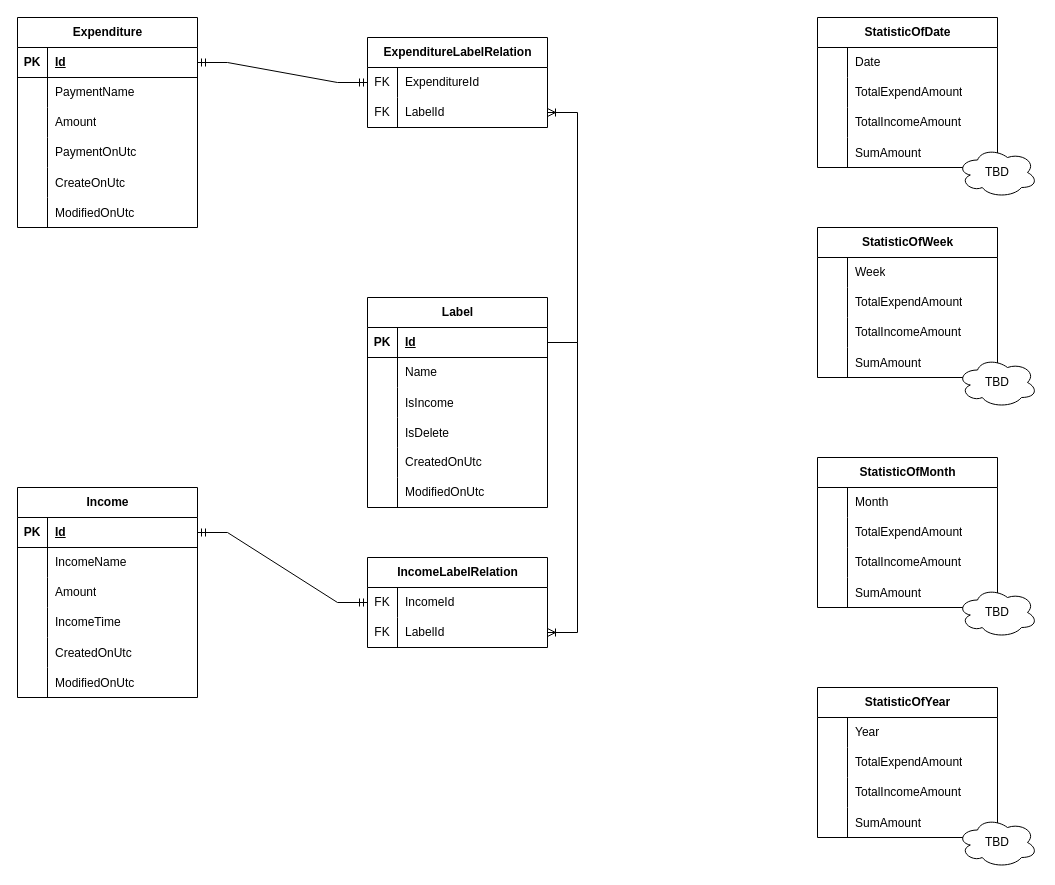
Earlier version of the draw.io diagram page "EF Model" (4 of 5) of MyBookKeeper.drawio (TanaChu0409/book-keeper). Source tidied: cells renumbered, new cells numbered last; positions are measured from the earlier drawing's top-left corner, leaving out a move shared by most shapes. Both pictures are drawn from the tidied source at 100%, with x=0, y=0 at pixel (17, 17).
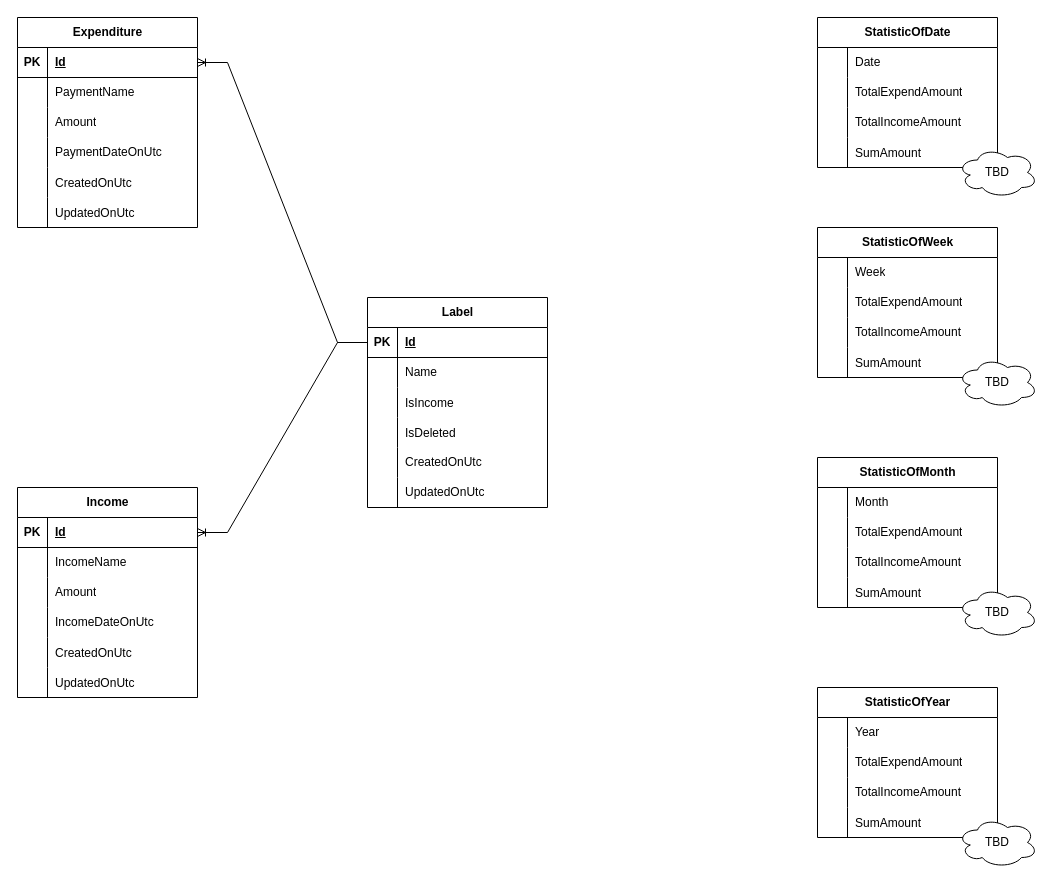
The same diagram, later.

The change refers to these unchanged cells:
```xml
<mxCell id="10" style="shape=tableRow;horizontal=0;startSize=0;swimlaneHead=0;swimlaneBody=0;fillColor=none;points=[[0,0.5],[1,0.5]];portConstraint=eastwest;top=0;left=0;right=0;bottom=1;" parent="9" vertex="1">
  <mxGeometry y="30" width="180" height="30" as="geometry" />
</mxCell>
<mxCell id="19" style="shape=tableRow;horizontal=0;startSize=0;swimlaneHead=0;swimlaneBody=0;fillColor=none;top=0;left=0;right=0;bottom=0;" parent="9" vertex="1">
  <mxGeometry y="120" width="180" height="30" as="geometry" />
</mxCell>
<mxCell id="22" style="shape=tableRow;horizontal=0;startSize=0;swimlaneHead=0;swimlaneBody=0;fillColor=none;top=0;left=0;right=0;bottom=0;" parent="9" vertex="1">
  <mxGeometry y="150" width="180" height="30" as="geometry" />
</mxCell>
<mxCell id="25" style="shape=tableRow;horizontal=0;startSize=0;swimlaneHead=0;swimlaneBody=0;fillColor=none;top=0;left=0;right=0;bottom=0;" parent="9" vertex="1">
  <mxGeometry y="180" width="180" height="30" as="geometry" />
</mxCell>
<mxCell id="29" style="shape=tableRow;horizontal=0;startSize=0;swimlaneHead=0;swimlaneBody=0;fillColor=none;points=[[0,0.5],[1,0.5]];portConstraint=eastwest;top=0;left=0;right=0;bottom=1;" parent="28" vertex="1">
  <mxGeometry y="30" width="180" height="30" as="geometry" />
</mxCell>
<mxCell id="38" style="shape=tableRow;horizontal=0;startSize=0;swimlaneHead=0;swimlaneBody=0;fillColor=none;top=0;left=0;right=0;bottom=0;" parent="28" vertex="1">
  <mxGeometry y="120" width="180" height="30" as="geometry" />
</mxCell>
<mxCell id="44" style="shape=tableRow;horizontal=0;startSize=0;swimlaneHead=0;swimlaneBody=0;fillColor=none;top=0;left=0;right=0;bottom=0;" parent="28" vertex="1">
  <mxGeometry y="180" width="180" height="30" as="geometry" />
</mxCell>
<mxCell id="48" style="shape=tableRow;horizontal=0;startSize=0;swimlaneHead=0;swimlaneBody=0;fillColor=none;points=[[0,0.5],[1,0.5]];portConstraint=eastwest;top=0;left=0;right=0;bottom=1;" parent="47" vertex="1">
  <mxGeometry y="30" width="180" height="30" as="geometry" />
</mxCell>
<mxCell id="57" style="shape=tableRow;horizontal=0;startSize=0;swimlaneHead=0;swimlaneBody=0;fillColor=none;top=0;left=0;right=0;bottom=0;" parent="47" vertex="1">
  <mxGeometry y="120" width="180" height="30" as="geometry" />
</mxCell>
<mxCell id="63" style="shape=tableRow;horizontal=0;startSize=0;swimlaneHead=0;swimlaneBody=0;fillColor=none;top=0;left=0;right=0;bottom=0;" parent="47" vertex="1">
  <mxGeometry y="180" width="180" height="30" as="geometry" />
</mxCell>
```

Change to the diagram source:
```diff
@@
-    <mxCell id="2" value="ExpenditureLabelRelation" style="shape=table;startSize=30;childLayout=tableLayout;rowLines=0;fontStyle=1;align=center;html=1;" parent="1" vertex="1">
-      <mxGeometry x="350" y="20" width="180" height="90" as="geometry" />
-    </mxCell>
-    <mxCell id="3" style="shape=tableRow;horizontal=0;startSize=0;swimlaneHead=0;swimlaneBody=0;fillColor=none;points=[[0,0.5],[1,0.5]];portConstraint=eastwest;top=0;left=0;right=0;bottom=0;" parent="2" vertex="1">
-      <mxGeometry y="30" width="180" height="30" as="geometry" />
-    </mxCell>
-    <mxCell id="4" value="FK" style="shape=partialRectangle;fillColor=none;top=0;left=0;bottom=0;right=0;fontStyle=0;overflow=hidden;whiteSpace=wrap;html=1;" parent="3" vertex="1">
-      <mxGeometry width="30" height="30" as="geometry" />
-    </mxCell>
-    <mxCell id="5" value="ExpenditureId" style="shape=partialRectangle;fillColor=none;top=0;left=0;bottom=0;right=0;align=left;spacingLeft=6;fontStyle=0;overflow=hidden;whiteSpace=wrap;html=1;" parent="3" vertex="1">
-      <mxGeometry x="30" width="150" height="30" as="geometry" />
-    </mxCell>
-    <mxCell id="6" style="shape=tableRow;horizontal=0;startSize=0;swimlaneHead=0;swimlaneBody=0;fillColor=none;points=[[0,0.5],[1,0.5]];portConstraint=eastwest;top=0;left=0;right=0;bottom=0;" parent="2" vertex="1">
-      <mxGeometry y="60" width="180" height="30" as="geometry" />
-    </mxCell>
-    <mxCell id="7" value="FK" style="shape=partialRectangle;fillColor=none;top=0;left=0;bottom=0;right=0;fontStyle=0;overflow=hidden;whiteSpace=wrap;html=1;" parent="6" vertex="1">
-      <mxGeometry width="30" height="30" as="geometry" />
-    </mxCell>
-    <mxCell id="8" value="LabelId" style="shape=partialRectangle;fillColor=none;top=0;left=0;bottom=0;right=0;align=left;spacingLeft=6;fontStyle=0;overflow=hidden;whiteSpace=wrap;html=1;" parent="6" vertex="1">
-      <mxGeometry x="30" width="150" height="30" as="geometry" />
-    </mxCell>
@@
-    <mxCell id="21" value="PaymentOnUtc" style="shape=partialRectangle;fillColor=none;top=0;left=0;bottom=0;right=0;align=left;spacingLeft=6;overflow=hidden;whiteSpace=wrap;html=1;" parent="19" vertex="1">
+    <mxCell id="21" value="PaymentDateOnUtc" style="shape=partialRectangle;fillColor=none;top=0;left=0;bottom=0;right=0;align=left;spacingLeft=6;overflow=hidden;whiteSpace=wrap;html=1;" parent="19" vertex="1">
       <mxGeometry x="30" width="150" height="30" as="geometry" />
     </mxCell>
@@
-    <mxCell id="24" value="CreateOnUtc" style="shape=partialRectangle;fillColor=none;top=0;left=0;bottom=0;right=0;align=left;spacingLeft=6;overflow=hidden;" parent="22" vertex="1">
+    <mxCell id="24" value="CreatedOnUtc" style="shape=partialRectangle;fillColor=none;top=0;left=0;bottom=0;right=0;align=left;spacingLeft=6;overflow=hidden;" parent="22" vertex="1">
       <mxGeometry x="30" width="150" height="30" as="geometry" />
     </mxCell>
@@
-    <mxCell id="27" value="ModifiedOnUtc" style="shape=partialRectangle;fillColor=none;top=0;left=0;bottom=0;right=0;align=left;spacingLeft=6;overflow=hidden;" parent="25" vertex="1">
+    <mxCell id="27" value="UpdatedOnUtc" style="shape=partialRectangle;fillColor=none;top=0;left=0;bottom=0;right=0;align=left;spacingLeft=6;overflow=hidden;" parent="25" vertex="1">
       <mxGeometry x="30" width="150" height="30" as="geometry" />
     </mxCell>
@@
-    <mxCell id="40" value="IsDelete" style="shape=partialRectangle;fillColor=none;top=0;left=0;bottom=0;right=0;align=left;spacingLeft=6;overflow=hidden;" parent="38" vertex="1">
+    <mxCell id="40" value="IsDeleted" style="shape=partialRectangle;fillColor=none;top=0;left=0;bottom=0;right=0;align=left;spacingLeft=6;overflow=hidden;" parent="38" vertex="1">
       <mxGeometry x="30" width="150" height="30" as="geometry" />
     </mxCell>
@@
-    <mxCell id="46" value="ModifiedOnUtc" style="shape=partialRectangle;fillColor=none;top=0;left=0;bottom=0;right=0;align=left;spacingLeft=6;overflow=hidden;whiteSpace=wrap;html=1;" parent="44" vertex="1">
+    <mxCell id="46" value="UpdatedOnUtc" style="shape=partialRectangle;fillColor=none;top=0;left=0;bottom=0;right=0;align=left;spacingLeft=6;overflow=hidden;whiteSpace=wrap;html=1;" parent="44" vertex="1">
       <mxGeometry x="30" width="150" height="30" as="geometry" />
     </mxCell>
@@
-    <mxCell id="59" value="IncomeTime" style="shape=partialRectangle;fillColor=none;top=0;left=0;bottom=0;right=0;align=left;spacingLeft=6;overflow=hidden;whiteSpace=wrap;html=1;" parent="57" vertex="1">
+    <mxCell id="59" value="IncomeDateOnUtc" style="shape=partialRectangle;fillColor=none;top=0;left=0;bottom=0;right=0;align=left;spacingLeft=6;overflow=hidden;whiteSpace=wrap;html=1;" parent="57" vertex="1">
       <mxGeometry x="30" width="150" height="30" as="geometry" />
     </mxCell>
@@
-    <mxCell id="65" value="ModifiedOnUtc" style="shape=partialRectangle;fillColor=none;top=0;left=0;bottom=0;right=0;align=left;spacingLeft=6;overflow=hidden;" parent="63" vertex="1">
+    <mxCell id="65" value="UpdatedOnUtc" style="shape=partialRectangle;fillColor=none;top=0;left=0;bottom=0;right=0;align=left;spacingLeft=6;overflow=hidden;" parent="63" vertex="1">
       <mxGeometry x="30" width="150" height="30" as="geometry" />
     </mxCell>
-    <mxCell id="66" style="edgeStyle=entityRelationEdgeStyle;fontSize=12;html=1;endArrow=ERmandOne;startArrow=ERmandOne;rounded=0;exitX=1;exitY=0.5;exitDx=0;exitDy=0;entryX=0;entryY=0.5;entryDx=0;entryDy=0;" parent="1" edge="1" source="10" target="3">
-      <mxGeometry relative="1" as="geometry" />
-    </mxCell>
-    <mxCell id="67" style="edgeStyle=entityRelationEdgeStyle;fontSize=12;html=1;endArrow=ERoneToMany;rounded=0;exitX=1;exitY=0.5;exitDx=0;exitDy=0;entryX=1;entryY=0.5;entryDx=0;entryDy=0;" parent="1" edge="1" source="29" target="6">
-      <mxGeometry relative="1" as="geometry" />
+    <mxCell id="67" style="edgeStyle=entityRelationEdgeStyle;fontSize=12;html=1;endArrow=ERoneToMany;rounded=0;exitX=0;exitY=0.5;exitDx=0;exitDy=0;" parent="1" edge="1" source="29" target="10">
+      <mxGeometry relative="1" as="geometry">
+        <Array as="points">
+          <mxPoint x="520" y="120" />
+        </Array>
+      </mxGeometry>
     </mxCell>
-    <mxCell id="68" value="IncomeLabelRelation" style="shape=table;startSize=30;childLayout=tableLayout;rowLines=0;fontStyle=1;align=center;html=1;" parent="1" vertex="1">
-      <mxGeometry x="350" y="540" width="180" height="90" as="geometry" />
-    </mxCell>
-    <mxCell id="69" style="shape=tableRow;horizontal=0;startSize=0;swimlaneHead=0;swimlaneBody=0;fillColor=none;points=[[0,0.5],[1,0.5]];portConstraint=eastwest;top=0;left=0;right=0;bottom=0;" parent="68" vertex="1">
-      <mxGeometry y="30" width="180" height="30" as="geometry" />
-    </mxCell>
-    <mxCell id="70" value="FK" style="shape=partialRectangle;fillColor=none;top=0;left=0;bottom=0;right=0;fontStyle=0;overflow=hidden;whiteSpace=wrap;html=1;" parent="69" vertex="1">
-      <mxGeometry width="30" height="30" as="geometry" />
-    </mxCell>
-    <mxCell id="71" value="IncomeId" style="shape=partialRectangle;fillColor=none;top=0;left=0;bottom=0;right=0;align=left;spacingLeft=6;fontStyle=0;overflow=hidden;whiteSpace=wrap;html=1;" parent="69" vertex="1">
-      <mxGeometry x="30" width="150" height="30" as="geometry" />
-    </mxCell>
-    <mxCell id="72" style="shape=tableRow;horizontal=0;startSize=0;swimlaneHead=0;swimlaneBody=0;fillColor=none;points=[[0,0.5],[1,0.5]];portConstraint=eastwest;top=0;left=0;right=0;bottom=0;" parent="68" vertex="1">
-      <mxGeometry y="60" width="180" height="30" as="geometry" />
-    </mxCell>
-    <mxCell id="73" value="FK" style="shape=partialRectangle;fillColor=none;top=0;left=0;bottom=0;right=0;fontStyle=0;overflow=hidden;whiteSpace=wrap;html=1;" parent="72" vertex="1">
-      <mxGeometry width="30" height="30" as="geometry" />
-    </mxCell>
-    <mxCell id="74" value="LabelId" style="shape=partialRectangle;fillColor=none;top=0;left=0;bottom=0;right=0;align=left;spacingLeft=6;fontStyle=0;overflow=hidden;whiteSpace=wrap;html=1;" parent="72" vertex="1">
-      <mxGeometry x="30" width="150" height="30" as="geometry" />
-    </mxCell>
-    <mxCell id="75" style="edgeStyle=entityRelationEdgeStyle;fontSize=12;html=1;endArrow=ERmandOne;startArrow=ERmandOne;rounded=0;exitX=1;exitY=0.5;exitDx=0;exitDy=0;entryX=0;entryY=0.5;entryDx=0;entryDy=0;" parent="1" edge="1" source="48" target="69">
-      <mxGeometry relative="1" as="geometry" />
-    </mxCell>
-    <mxCell id="76" style="edgeStyle=entityRelationEdgeStyle;fontSize=12;html=1;endArrow=ERoneToMany;rounded=0;exitX=1;exitY=0.5;exitDx=0;exitDy=0;entryX=1;entryY=0.5;entryDx=0;entryDy=0;" parent="1" edge="1" source="29" target="72">
+    <mxCell id="76" style="edgeStyle=entityRelationEdgeStyle;fontSize=12;html=1;endArrow=ERoneToMany;rounded=0;exitX=0;exitY=0.5;exitDx=0;exitDy=0;entryX=1;entryY=0.5;entryDx=0;entryDy=0;" parent="1" edge="1" source="29" target="48">
       <mxGeometry relative="1" as="geometry" />
     </mxCell>
```
